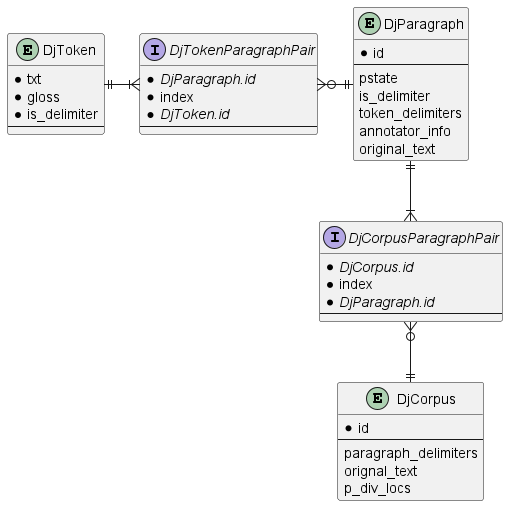
Before: docs/design/images/er_dj_serializables.png, a diagram exported from PlantUML (parkchamchi/GlossySnake).
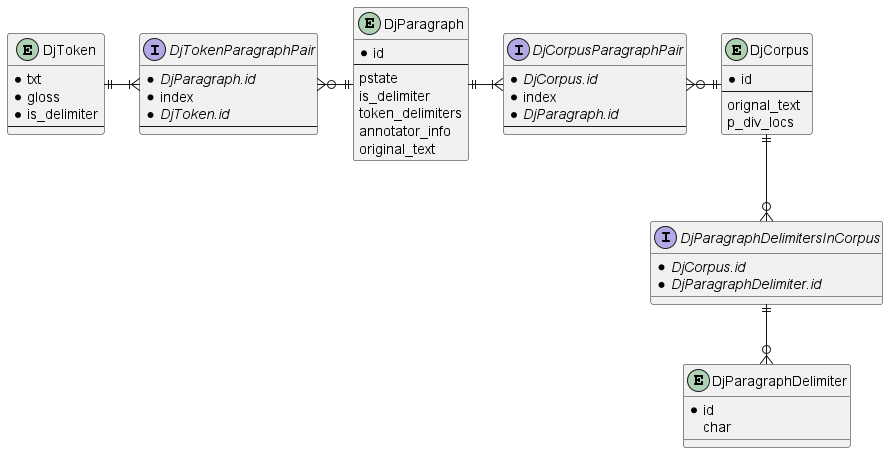
After the commit.

What changed in the source:
```diff
@@ -29,7 +29,6 @@
 entity DjCorpus {
 	* id
 	--
-	paragraph_delimiters
 	orignal_text
 	p_div_locs
 }
@@ -40,7 +39,20 @@
 	* //DjParagraph.id//
 	--
 }
-DjParagraph ||--|{ DjCorpusParagraphPair
-DjCorpusParagraphPair }o--|| DjCorpus
+DjParagraph ||-right-|{ DjCorpusParagraphPair
+DjCorpusParagraphPair }o-right-|| DjCorpus
+
+entity DjParagraphDelimiter {
+	* id
+	char
+}
+
+interface DjParagraphDelimitersInCorpus {
+	* //DjCorpus.id//
+	* //DjParagraphDelimiter.id//
+}
+DjCorpus ||--o{ DjParagraphDelimitersInCorpus
+DjParagraphDelimitersInCorpus ||--o{ DjParagraphDelimiter
+
 
 @enduml
```
